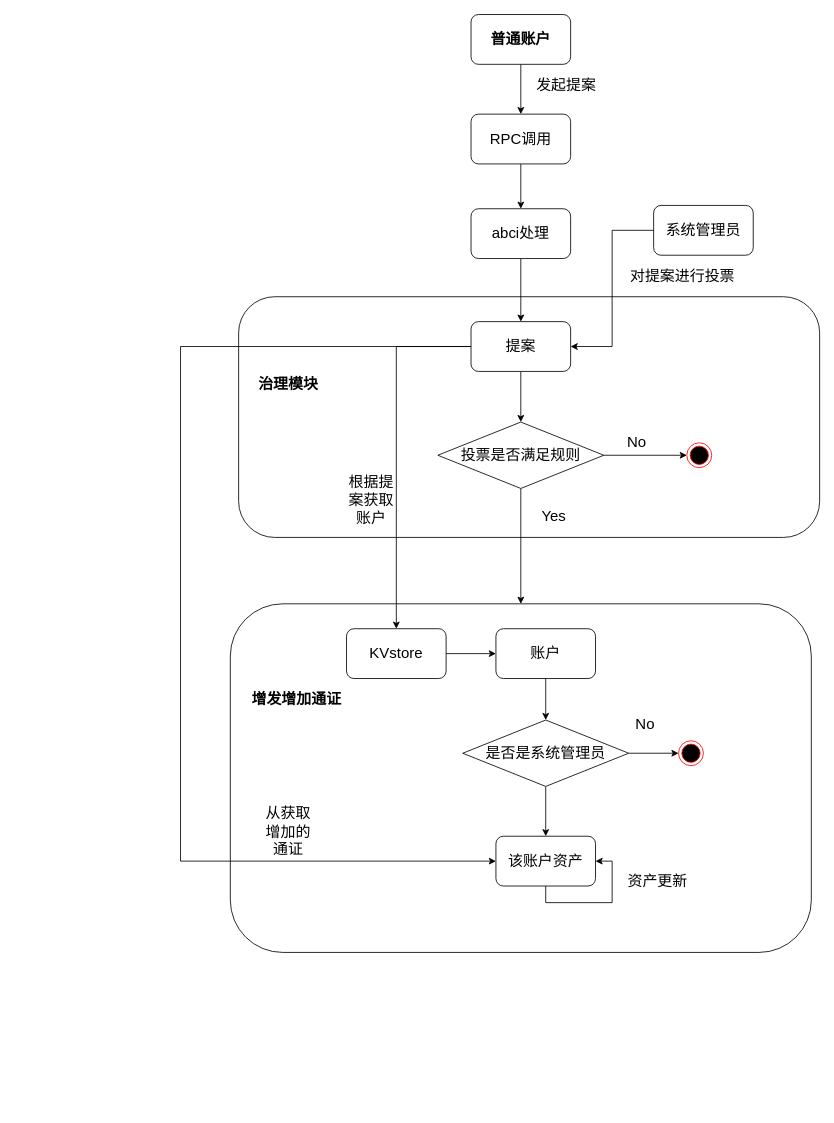
This is datasets/Untitled Diagram.drawio from YangXianqi/NLP_Chinese-entroy, a draw.io file, before an edit. Source tidied: cells renumbered, new cells numbered last; positions are measured from the earlier drawing's top-left corner, leaving out a move shared by most shapes. Both pictures are drawn from the tidied source at 83%, with x=0, y=0 at pixel (180, 14).
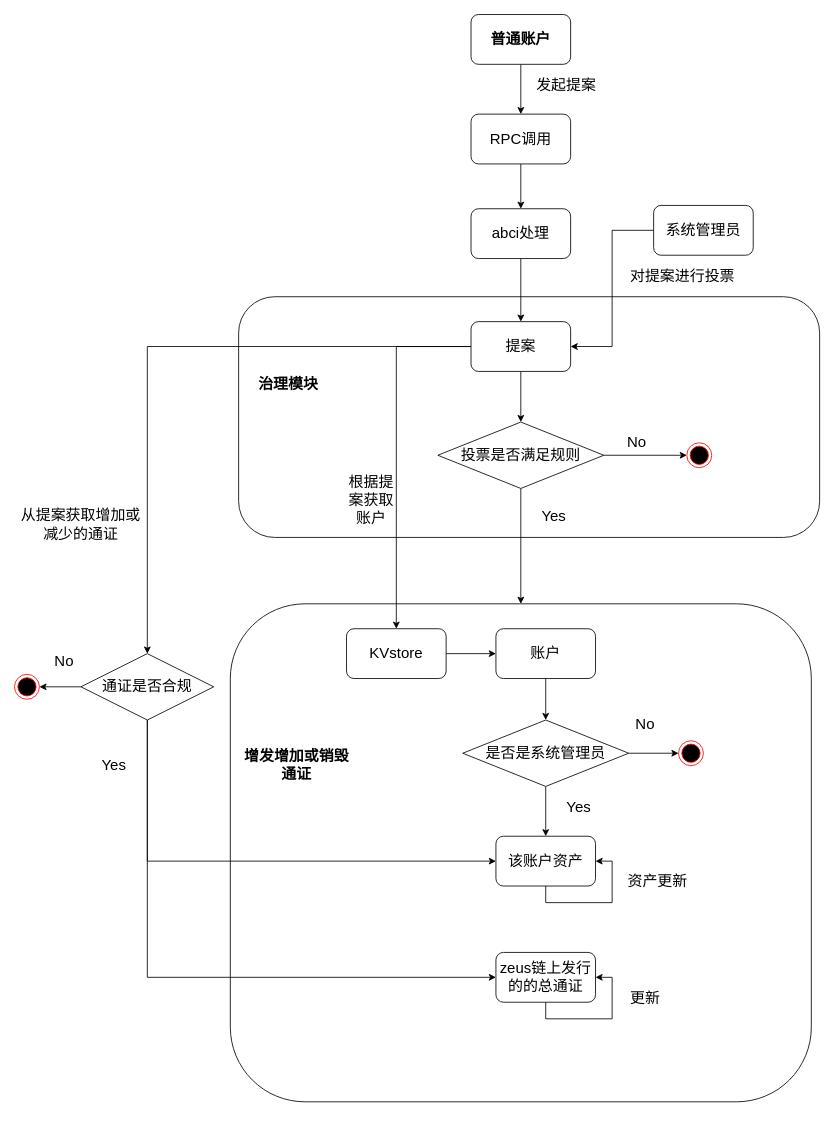
The same diagram, later.

The change refers to these unchanged cells:
```xml
<mxCell id="15" value="提案" style="rounded=1;whiteSpace=wrap;html=1;fontSize=18;" parent="1" vertex="1">
  <mxGeometry x="350" y="370" width="120" height="60" as="geometry" />
</mxCell>
<mxCell id="36" value="该账户资产" style="rounded=1;whiteSpace=wrap;html=1;fontSize=18;" parent="1" vertex="1">
  <mxGeometry x="380" y="990" width="120" height="60" as="geometry" />
</mxCell>
```

Diff of the diagram source:
```diff
@@
     <mxCell id="2" style="rounded=1;whiteSpace=wrap;html=1;fontSize=18;" parent="1" vertex="1">
-      <mxGeometry x="60" y="710" width="700" height="420" as="geometry" />
+      <mxGeometry x="60" y="710" width="700" height="600" as="geometry" />
     </mxCell>
@@
-    <mxCell id="14" style="edgeStyle=orthogonalEdgeStyle;rounded=0;jettySize=auto;html=1;exitX=0;exitY=0.5;exitDx=0;exitDy=0;entryX=0;entryY=0.5;entryDx=0;entryDy=0;fontSize=18;" parent="1" edge="1" source="15" target="36">
-      <mxGeometry relative="1" as="geometry">
-        <Array as="points">
-          <mxPoint y="400" />
-          <mxPoint y="1020" />
-        </Array>
-      </mxGeometry>
-    </mxCell>
+    <mxCell id="41" style="edgeStyle=orthogonalEdgeStyle;rounded=0;jettySize=auto;html=1;exitX=0;exitY=0.5;exitDx=0;exitDy=0;entryX=0.5;entryY=0;entryDx=0;entryDy=0;fontSize=18;" parent="1" edge="1" source="15" target="46">
+      <mxGeometry relative="1" as="geometry" />
+    </mxCell>
@@
-    <mxCell id="24" value="&lt;b&gt;增发增加通证&lt;/b&gt;" style="text;html=1;strokeColor=none;fillColor=none;align=center;verticalAlign=middle;whiteSpace=wrap;rounded=0;fontSize=18;" parent="1" vertex="1">
-      <mxGeometry x="70" y="810" width="140" height="30" as="geometry" />
+    <mxCell id="24" value="&lt;b&gt;增发增加或销毁通证&lt;/b&gt;" style="text;html=1;strokeColor=none;fillColor=none;align=center;verticalAlign=middle;whiteSpace=wrap;rounded=0;fontSize=18;" parent="1" vertex="1">
+      <mxGeometry x="70" y="890" width="140" height="30" as="geometry" />
     </mxCell>
@@
-    <mxCell id="37" value="从获取增加的通证" style="text;html=1;strokeColor=none;fillColor=none;align=center;verticalAlign=middle;whiteSpace=wrap;rounded=0;fontSize=18;" parent="1" vertex="1">
-      <mxGeometry x="100" y="970" width="60" height="30" as="geometry" />
+    <mxCell id="37" value="从提案获取增加或减少的通证" style="text;html=1;strokeColor=none;fillColor=none;align=center;verticalAlign=middle;whiteSpace=wrap;rounded=0;fontSize=18;" parent="1" vertex="1">
+      <mxGeometry x="-200" y="600" width="160" height="30" as="geometry" />
     </mxCell>
@@
+    <mxCell id="42" value="zeus链上发行的的总通证" style="rounded=1;whiteSpace=wrap;html=1;fontSize=18;" parent="1" vertex="1">
+      <mxGeometry x="380" y="1130" width="120" height="60" as="geometry" />
+    </mxCell>
+    <mxCell id="43" style="edgeStyle=orthogonalEdgeStyle;rounded=0;jettySize=auto;html=1;fontSize=18;" parent="1" edge="1" source="46" target="48">
+      <mxGeometry relative="1" as="geometry" />
+    </mxCell>
+    <mxCell id="44" style="edgeStyle=orthogonalEdgeStyle;rounded=0;jettySize=auto;html=1;exitX=0.5;exitY=1;exitDx=0;exitDy=0;entryX=0;entryY=0.5;entryDx=0;entryDy=0;fontSize=18;" parent="1" edge="1" source="46" target="36">
+      <mxGeometry relative="1" as="geometry" />
+    </mxCell>
+    <mxCell id="45" style="edgeStyle=orthogonalEdgeStyle;rounded=0;jettySize=auto;html=1;exitX=0.5;exitY=1;exitDx=0;exitDy=0;entryX=0;entryY=0.5;entryDx=0;entryDy=0;fontSize=18;" parent="1" edge="1" source="46" target="42">
+      <mxGeometry relative="1" as="geometry" />
+    </mxCell>
+    <mxCell id="46" value="通证是否合规" style="rhombus;whiteSpace=wrap;html=1;fontSize=18;" parent="1" vertex="1">
+      <mxGeometry x="-120" y="770" width="160" height="80" as="geometry" />
+    </mxCell>
+    <mxCell id="47" value="Yes" style="text;html=1;strokeColor=none;fillColor=none;align=center;verticalAlign=middle;whiteSpace=wrap;rounded=0;fontSize=18;" parent="1" vertex="1">
+      <mxGeometry x="450" y="940" width="60" height="30" as="geometry" />
+    </mxCell>
+    <mxCell id="48" style="ellipse;html=1;shape=endState;fillColor=#000000;strokeColor=#ff0000;fontSize=18;" parent="1" vertex="1">
+      <mxGeometry x="-200" y="795" width="30" height="30" as="geometry" />
+    </mxCell>
+    <mxCell id="49" value="No" style="text;html=1;strokeColor=none;fillColor=none;align=center;verticalAlign=middle;whiteSpace=wrap;rounded=0;fontSize=18;" parent="1" vertex="1">
+      <mxGeometry x="-170" y="765" width="60" height="30" as="geometry" />
+    </mxCell>
+    <mxCell id="50" value="Yes" style="text;html=1;strokeColor=none;fillColor=none;align=center;verticalAlign=middle;whiteSpace=wrap;rounded=0;fontSize=18;" parent="1" vertex="1">
+      <mxGeometry x="-110" y="890" width="60" height="30" as="geometry" />
+    </mxCell>
+    <mxCell id="51" style="edgeStyle=orthogonalEdgeStyle;rounded=0;orthogonalLoop=1;jettySize=auto;html=1;exitX=0.5;exitY=1;exitDx=0;exitDy=0;fontSize=18;" parent="1" edge="1" source="2" target="2">
+      <mxGeometry relative="1" as="geometry" />
+    </mxCell>
+    <mxCell id="52" style="edgeStyle=orthogonalEdgeStyle;rounded=0;orthogonalLoop=1;jettySize=auto;html=1;exitX=0.5;exitY=1;exitDx=0;exitDy=0;entryX=1;entryY=0.5;entryDx=0;entryDy=0;fontSize=18;" parent="1" edge="1" source="42" target="42">
+      <mxGeometry relative="1" as="geometry" />
+    </mxCell>
+    <mxCell id="53" value="更新" style="text;html=1;strokeColor=none;fillColor=none;align=center;verticalAlign=middle;whiteSpace=wrap;rounded=0;fontSize=18;" parent="1" vertex="1">
+      <mxGeometry x="530" y="1170" width="60" height="30" as="geometry" />
+    </mxCell>
```
